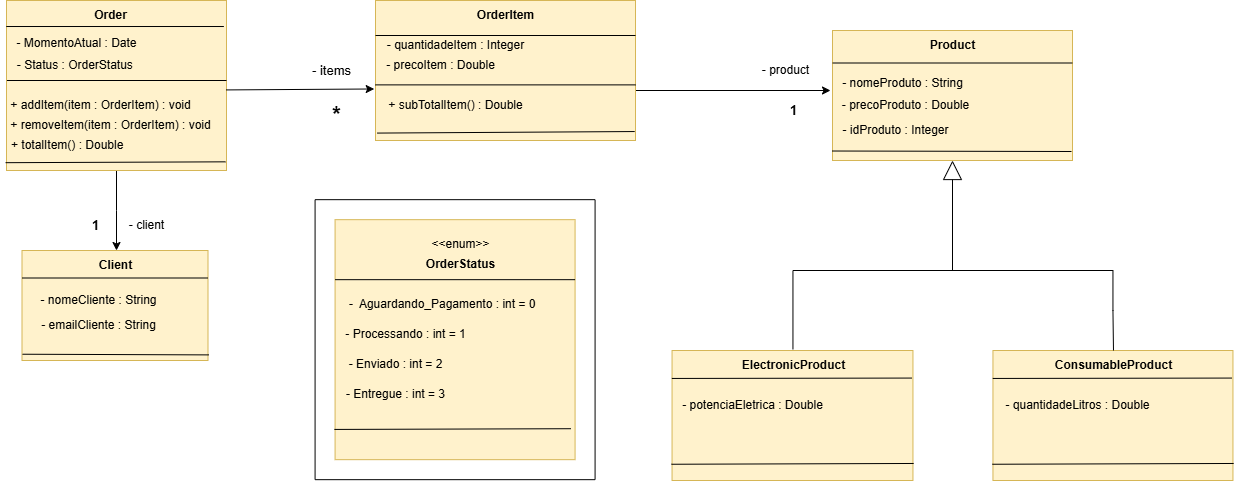
Earlier version of the draw.io export Imagens/Arquitetura_updated.drawio.png (devpaulojr/OrderingSystem). Source tidied: cells renumbered, new cells last; positions are measured from the earlier drawing's top-left corner, leaving out a move shared by most shapes.
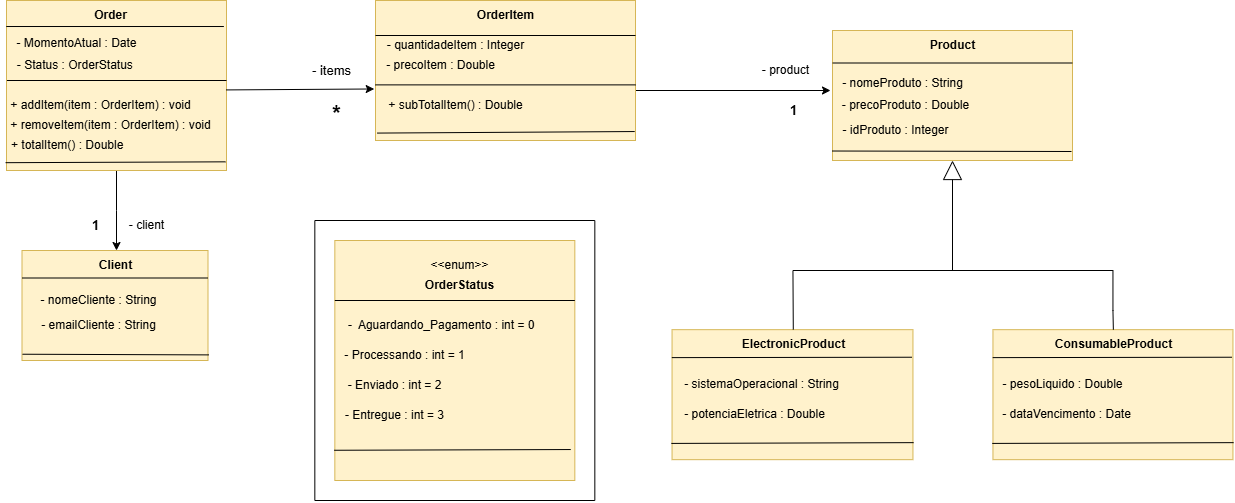
Above is the later version.

Diff of the diagram source:
```diff
@@ -113,54 +113,54 @@
       </mxGeometry>
     </mxCell>
     <mxCell id="34" style="whiteSpace=wrap;html=1;fillColor=#fff2cc;strokeColor=#d6b656;" parent="1" vertex="1">
-      <mxGeometry x="334.6" y="219.2" width="240" height="240" as="geometry" />
+      <mxGeometry x="334.3" y="240" width="240" height="240" as="geometry" />
     </mxCell>
     <mxCell id="35" value="&amp;lt;&amp;lt;enum&amp;gt;&amp;gt;" style="text;html=1;align=center;verticalAlign=middle;strokeColor=none;fillColor=none;" parent="1" vertex="1">
-      <mxGeometry x="419.6" y="229.2" width="80" height="30" as="geometry" />
+      <mxGeometry x="419.3" y="250" width="80" height="30" as="geometry" />
     </mxCell>
     <mxCell id="36" value="&lt;b&gt;OrderStatus&lt;/b&gt;" style="text;html=1;align=center;verticalAlign=middle;strokeColor=none;fillColor=none;" parent="1" vertex="1">
-      <mxGeometry x="414.6" y="249.2" width="90" height="30" as="geometry" />
+      <mxGeometry x="414.3" y="270" width="90" height="30" as="geometry" />
     </mxCell>
     <mxCell id="37" style="endArrow=none;html=1;rounded=0;exitX=0;exitY=0.25;exitDx=0;exitDy=0;entryX=1;entryY=0.25;entryDx=0;entryDy=0;" parent="1" edge="1" source="34" target="34">
       <mxGeometry relative="1" as="geometry" />
     </mxCell>
     <mxCell id="38" value="-&amp;nbsp; Aguardando_Pagamento : int = 0&amp;nbsp;&amp;nbsp;" style="text;html=1;align=center;verticalAlign=middle;strokeColor=none;fillColor=none;" parent="1" vertex="1">
-      <mxGeometry x="334.6" y="289.2" width="220" height="30" as="geometry" />
+      <mxGeometry x="334.3" y="310" width="220" height="30" as="geometry" />
     </mxCell>
     <mxCell id="39" value="- Processando : int = 1" style="text;html=1;align=center;verticalAlign=middle;strokeColor=none;fillColor=none;" parent="1" vertex="1">
-      <mxGeometry x="334.6" y="319.2" width="140" height="30" as="geometry" />
+      <mxGeometry x="334.3" y="340" width="140" height="30" as="geometry" />
     </mxCell>
     <mxCell id="40" value="- Enviado : int = 2" style="text;html=1;align=center;verticalAlign=middle;strokeColor=none;fillColor=none;" parent="1" vertex="1">
-      <mxGeometry x="334.6" y="349.2" width="120" height="30" as="geometry" />
+      <mxGeometry x="334.3" y="370" width="120" height="30" as="geometry" />
     </mxCell>
     <mxCell id="41" value="- Entregue : int = 3" style="text;html=1;align=center;verticalAlign=middle;strokeColor=none;fillColor=none;" parent="1" vertex="1">
-      <mxGeometry x="334.6" y="379.2" width="120" height="30" as="geometry" />
+      <mxGeometry x="334.3" y="400" width="120" height="30" as="geometry" />
     </mxCell>
     <mxCell id="42" style="endArrow=none;html=1;rounded=0;exitX=-0.003;exitY=0.874;exitDx=0;exitDy=0;exitPerimeter=0;entryX=0.983;entryY=0.871;entryDx=0;entryDy=0;entryPerimeter=0;" parent="1" edge="1" source="34" target="34">
       <mxGeometry relative="1" as="geometry" />
     </mxCell>
     <mxCell id="43" style="endArrow=none;html=1;rounded=0;" parent="1" edge="1">
       <mxGeometry relative="1" as="geometry">
-        <mxPoint x="594.6" y="199.2" as="sourcePoint" />
-        <mxPoint x="314.6" y="199.2" as="targetPoint" />
+        <mxPoint x="594.3" y="220" as="sourcePoint" />
+        <mxPoint x="314.3" y="220" as="targetPoint" />
       </mxGeometry>
     </mxCell>
     <mxCell id="44" style="endArrow=none;html=1;rounded=0;" parent="1" edge="1">
       <mxGeometry relative="1" as="geometry">
-        <mxPoint x="314.6" y="479.2" as="sourcePoint" />
-        <mxPoint x="314.6" y="199.2" as="targetPoint" />
+        <mxPoint x="314.3" y="500" as="sourcePoint" />
+        <mxPoint x="314.3" y="220" as="targetPoint" />
       </mxGeometry>
     </mxCell>
     <mxCell id="45" style="endArrow=none;html=1;rounded=0;" parent="1" edge="1">
       <mxGeometry relative="1" as="geometry">
-        <mxPoint x="594.6" y="479.2" as="sourcePoint" />
-        <mxPoint x="594.6" y="199.2" as="targetPoint" />
+        <mxPoint x="594.3" y="500" as="sourcePoint" />
+        <mxPoint x="594.3" y="220" as="targetPoint" />
       </mxGeometry>
     </mxCell>
     <mxCell id="46" style="endArrow=none;html=1;rounded=0;" parent="1" edge="1">
       <mxGeometry relative="1" as="geometry">
-        <mxPoint x="314.6" y="479.2" as="sourcePoint" />
-        <mxPoint x="594.6" y="479.2" as="targetPoint" />
+        <mxPoint x="314.3" y="500" as="sourcePoint" />
+        <mxPoint x="594.3" y="500" as="targetPoint" />
       </mxGeometry>
     </mxCell>
     <mxCell id="47" value="&lt;b style=&quot;font-size: 22px;&quot;&gt;*&lt;/b&gt;" style="text;html=1;align=center;verticalAlign=middle;strokeColor=none;fillColor=none;spacingTop=-1;fontSize=22;" parent="1" vertex="1">
@@ -182,10 +182,10 @@
       <mxGeometry x="778.2" y="95" width="30" height="30" as="geometry" />
     </mxCell>
     <mxCell id="53" style="rounded=0;whiteSpace=wrap;html=1;fillColor=#fff2cc;strokeColor=#d6b656;" parent="1" vertex="1">
-      <mxGeometry x="671.6" y="350" width="240.9" height="130" as="geometry" />
+      <mxGeometry x="671.6" y="329.2" width="240.9" height="130" as="geometry" />
     </mxCell>
     <mxCell id="54" value="&lt;b&gt;ElectronicProduct&lt;/b&gt;" style="text;html=1;align=center;verticalAlign=middle;points=[];strokeColor=none;fillColor=none;" parent="1" vertex="1">
-      <mxGeometry x="728.2" y="350" width="130" height="30" as="geometry" />
+      <mxGeometry x="728.2" y="329.2" width="130" height="30" as="geometry" />
     </mxCell>
     <mxCell id="55" style="endArrow=none;html=1;rounded=0;entryX=0.996;entryY=0.212;entryDx=0;entryDy=0;entryPerimeter=0;exitX=-0.001;exitY=0.215;exitDx=0;exitDy=0;exitPerimeter=0;" parent="1" edge="1" source="53" target="53">
       <mxGeometry relative="1" as="geometry" />
@@ -197,10 +197,10 @@
       <mxGeometry relative="1" as="geometry" />
     </mxCell>
     <mxCell id="58" style="rounded=0;whiteSpace=wrap;html=1;fillColor=#fff2cc;strokeColor=#d6b656;" parent="1" vertex="1">
-      <mxGeometry x="992.5" y="350" width="240" height="130" as="geometry" />
+      <mxGeometry x="992.5" y="329.2" width="240" height="130" as="geometry" />
     </mxCell>
     <mxCell id="59" value="&lt;b&gt;ConsumableProduct&lt;/b&gt;" style="text;html=1;align=center;verticalAlign=middle;points=[];strokeColor=none;fillColor=none;" parent="1" vertex="1">
-      <mxGeometry x="1043.2" y="350" width="140" height="30" as="geometry" />
+      <mxGeometry x="1043.2" y="329.2" width="140" height="30" as="geometry" />
     </mxCell>
     <mxCell id="60" style="endArrow=none;html=1;rounded=0;entryX=0.996;entryY=0.212;entryDx=0;entryDy=0;entryPerimeter=0;exitX=-0.001;exitY=0.215;exitDx=0;exitDy=0;exitPerimeter=0;" parent="1" edge="1" source="58" target="58">
       <mxGeometry relative="1" as="geometry" />
@@ -208,15 +208,14 @@
     <mxCell id="61" style="endArrow=none;html=1;rounded=0;entryX=1.003;entryY=0.869;entryDx=0;entryDy=0;entryPerimeter=0;exitX=-0.003;exitY=0.875;exitDx=0;exitDy=0;exitPerimeter=0;" parent="1" edge="1" source="58" target="58">
       <mxGeometry relative="1" as="geometry" />
     </mxCell>
-    <mxCell id="62" value="- potenciaEletrica : Double" style="text;html=1;align=center;verticalAlign=middle;strokeColor=none;fillColor=none;" parent="1" vertex="1">
-      <mxGeometry x="672.5" y="390" width="160" height="30" as="geometry" />
+    <mxCell id="62" value="&lt;div style=&quot;text-align: left;&quot;&gt;&lt;span style=&quot;background-color: initial;&quot;&gt;- potenciaEletrica : Double&lt;/span&gt;&lt;/div&gt;" style="text;html=1;align=center;verticalAlign=middle;strokeColor=none;fillColor=none;" parent="1" vertex="1">
+      <mxGeometry x="674" y="399.2" width="160" height="30" as="geometry" />
     </mxCell>
-    <mxCell id="63" value="- quantidadeLitros : Double" style="text;html=1;align=center;verticalAlign=middle;strokeColor=none;fillColor=none;" parent="1" vertex="1">
-      <mxGeometry x="992.5" y="390" width="170" height="30" as="geometry" />
+    <mxCell id="63" value="- pesoLiquido : Double" style="text;html=1;align=center;verticalAlign=middle;strokeColor=none;fillColor=none;" parent="1" vertex="1">
+      <mxGeometry x="992.5" y="369.2" width="140" height="30" as="geometry" />
     </mxCell>
-    <mxCell id="64" style="endArrow=none;html=1;rounded=0;" parent="1" edge="1">
+    <mxCell id="64" style="endArrow=none;html=1;rounded=0;exitX=0.497;exitY=0;exitDx=0;exitDy=0;exitPerimeter=0;" parent="1" edge="1" source="54">
       <mxGeometry relative="1" as="geometry">
-        <mxPoint x="792.5" y="349" as="sourcePoint" />
         <mxPoint x="792.5" y="270" as="targetPoint" />
       </mxGeometry>
     </mxCell>
@@ -242,5 +241,11 @@
     <mxCell id="68" style="endArrow=classic;html=1;rounded=0;exitX=0.998;exitY=0.526;exitDx=0;exitDy=0;exitPerimeter=0;entryX=-0.005;entryY=0.632;entryDx=0;entryDy=0;entryPerimeter=0;" parent="1" edge="1" source="3" target="18">
       <mxGeometry relative="1" as="geometry" />
     </mxCell>
+    <mxCell id="69" value="- sistemaOperacional : String" style="text;html=1;align=center;verticalAlign=middle;strokeColor=none;fillColor=none;" parent="1" vertex="1">
+      <mxGeometry x="671" y="369.2" width="180" height="30" as="geometry" />
+    </mxCell>
+    <mxCell id="70" value="- dataVencimento : Date" style="text;html=1;align=center;verticalAlign=middle;strokeColor=none;fillColor=none;" parent="1" vertex="1">
+      <mxGeometry x="991" y="399.2" width="150" height="30" as="geometry" />
+    </mxCell>
   </root>
 </mxGraphModel>
```
